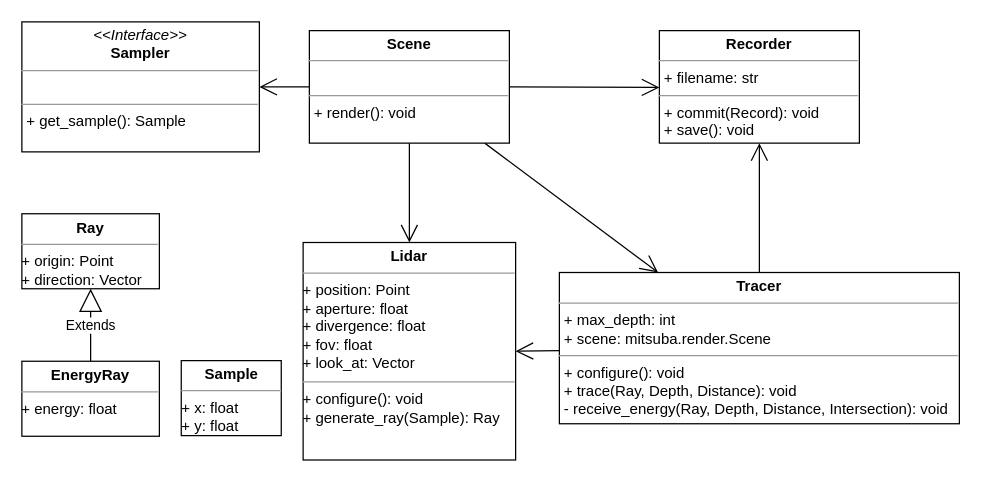
tstg/hello-world keeps this draw.io diagram as mtslidar-uml-class.drawio. Above is the earlier version. Source tidied: cells renumbered, new cells numbered last; positions are measured from the earlier drawing's top-left corner, leaving out a move shared by most shapes. Both pictures are drawn from the tidied source at 125%, with x=0, y=0 at pixel (21, 21).
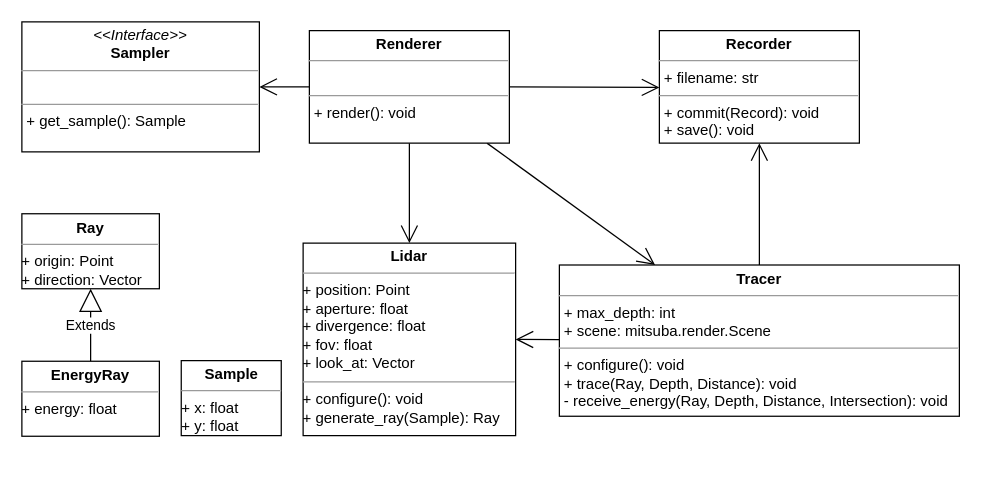
The same diagram, later.

The edit, as a diff of the source:
```diff
@@
 <mxGraphModel>
   <root>
     <mxCell id="0" />
     <mxCell id="1" parent="0" />
     <mxCell id="2" value="&lt;p style=&quot;margin: 0px ; margin-top: 4px ; text-align: center&quot;&gt;&lt;i&gt;&amp;lt;&amp;lt;Interface&amp;gt;&amp;gt;&lt;/i&gt;&lt;br&gt;&lt;b&gt;Sampler&lt;/b&gt;&lt;/p&gt;&lt;hr size=&quot;1&quot;&gt;&lt;p style=&quot;margin: 0px ; margin-left: 4px&quot;&gt;&lt;br&gt;&lt;/p&gt;&lt;hr size=&quot;1&quot;&gt;&lt;p style=&quot;margin: 0px ; margin-left: 4px&quot;&gt;+ get_sample(): Sample&lt;/p&gt;" style="verticalAlign=top;align=left;overflow=fill;fontSize=12;fontFamily=Helvetica;html=1;" parent="1" vertex="1">
       <mxGeometry width="190" height="104" as="geometry" />
     </mxCell>
     <mxCell id="3" style="endArrow=open;endFill=1;endSize=12;html=1;" parent="1" edge="1" source="9" target="2">
       <mxGeometry relative="1" as="geometry" />
     </mxCell>
     <mxCell id="4" style="endArrow=open;endFill=1;endSize=12;html=1;entryX=0.5;entryY=0;" parent="1" edge="1" source="9" target="10">
       <mxGeometry relative="1" as="geometry" />
     </mxCell>
     <mxCell id="5" style="endArrow=open;endFill=1;endSize=12;html=1;" parent="1" edge="1" source="9" target="11">
       <mxGeometry relative="1" as="geometry" />
     </mxCell>
     <mxCell id="6" value="Extends" style="endArrow=block;endSize=16;endFill=0;html=1;entryX=0.5;entryY=1;" parent="1" edge="1" source="14" target="13">
       <mxGeometry relative="1" as="geometry" />
     </mxCell>
     <mxCell id="7" style="endArrow=open;endFill=1;endSize=12;html=1;entryX=1;entryY=0.5;" parent="1" edge="1" source="11" target="10">
       <mxGeometry relative="1" as="geometry" />
     </mxCell>
     <mxCell id="8" style="endArrow=open;endFill=1;endSize=12;html=1;" parent="1" edge="1" source="11" target="12">
       <mxGeometry relative="1" as="geometry" />
     </mxCell>
-    <mxCell id="9" value="&lt;p style=&quot;margin: 0px ; margin-top: 4px ; text-align: center&quot;&gt;&lt;b&gt;Scene&lt;/b&gt;&lt;/p&gt;&lt;hr size=&quot;1&quot;&gt;&lt;p style=&quot;margin: 0px ; margin-left: 4px&quot;&gt;&lt;br&gt;&lt;/p&gt;&lt;hr size=&quot;1&quot;&gt;&lt;p style=&quot;margin: 0px ; margin-left: 4px&quot;&gt;+ render(): void&lt;/p&gt;" style="verticalAlign=top;align=left;overflow=fill;fontSize=12;fontFamily=Helvetica;html=1;" parent="1" vertex="1">
+    <mxCell id="9" value="&lt;p style=&quot;margin: 0px ; margin-top: 4px ; text-align: center&quot;&gt;&lt;b&gt;Renderer&lt;/b&gt;&lt;/p&gt;&lt;hr size=&quot;1&quot;&gt;&lt;p style=&quot;margin: 0px ; margin-left: 4px&quot;&gt;&lt;br&gt;&lt;/p&gt;&lt;hr size=&quot;1&quot;&gt;&lt;p style=&quot;margin: 0px ; margin-left: 4px&quot;&gt;+ render(): void&lt;/p&gt;" style="verticalAlign=top;align=left;overflow=fill;fontSize=12;fontFamily=Helvetica;html=1;" parent="1" vertex="1">
       <mxGeometry x="230" y="7" width="160" height="90" as="geometry" />
     </mxCell>
     <mxCell id="10" value="&lt;p style=&quot;margin: 0px ; margin-top: 4px ; text-align: center&quot;&gt;&lt;b&gt;Lidar&lt;/b&gt;&lt;/p&gt;&lt;hr size=&quot;1&quot;&gt;+ position: Point&lt;br&gt;+ aperture: float&lt;br&gt;+ divergence: float&lt;br&gt;+ fov: float&lt;br&gt;+ look_at: Vector&amp;nbsp;&lt;br&gt;&lt;div style=&quot;height: 2px&quot;&gt;&lt;/div&gt;&lt;hr size=&quot;1&quot;&gt;+ configure(): void&lt;br&gt;&lt;div style=&quot;height: 2px&quot;&gt;+ generate_ray(Sample): Ray&lt;/div&gt;" style="verticalAlign=top;align=left;overflow=fill;fontSize=12;fontFamily=Helvetica;html=1;" parent="1" vertex="1">
-      <mxGeometry x="225" y="176.5" width="170" height="174" as="geometry" />
+      <mxGeometry x="225" y="177" width="170" height="154" as="geometry" />
     </mxCell>
     <mxCell id="11" value="&lt;p style=&quot;margin: 0px ; margin-top: 4px ; text-align: center&quot;&gt;&lt;b&gt;Tracer&lt;/b&gt;&lt;/p&gt;&lt;hr size=&quot;1&quot;&gt;&lt;p style=&quot;margin: 0px ; margin-left: 4px&quot;&gt;+ max_depth: int&lt;/p&gt;&lt;p style=&quot;margin: 0px ; margin-left: 4px&quot;&gt;+ scene: mitsuba.render.Scene&lt;/p&gt;&lt;hr size=&quot;1&quot;&gt;&lt;p style=&quot;margin: 0px ; margin-left: 4px&quot;&gt;+ configure(): void&lt;br&gt;&lt;/p&gt;&lt;p style=&quot;margin: 0px ; margin-left: 4px&quot;&gt;+ trace(Ray, Depth, Distance): void&lt;/p&gt;&lt;p style=&quot;margin: 0px ; margin-left: 4px&quot;&gt;- receive_energy(Ray, Depth, Distance, Intersection): void&lt;/p&gt;" style="verticalAlign=top;align=left;overflow=fill;fontSize=12;fontFamily=Helvetica;html=1;" parent="1" vertex="1">
-      <mxGeometry x="430" y="200.5" width="320" height="121" as="geometry" />
+      <mxGeometry x="430" y="194.5" width="320" height="121" as="geometry" />
     </mxCell>
     <mxCell id="12" value="&lt;p style=&quot;margin: 0px ; margin-top: 4px ; text-align: center&quot;&gt;&lt;b&gt;Recorder&lt;/b&gt;&lt;/p&gt;&lt;hr size=&quot;1&quot;&gt;&lt;p style=&quot;margin: 0px ; margin-left: 4px&quot;&gt;+ filename: str&lt;/p&gt;&lt;hr size=&quot;1&quot;&gt;&lt;p style=&quot;margin: 0px ; margin-left: 4px&quot;&gt;+ commit(Record): void&lt;/p&gt;&lt;p style=&quot;margin: 0px ; margin-left: 4px&quot;&gt;+ save(): void&lt;/p&gt;" style="verticalAlign=top;align=left;overflow=fill;fontSize=12;fontFamily=Helvetica;html=1;" parent="1" vertex="1">
       <mxGeometry x="510" y="7" width="160" height="90" as="geometry" />
     </mxCell>
     <mxCell id="13" value="&lt;p style=&quot;margin: 0px ; margin-top: 4px ; text-align: center&quot;&gt;&lt;b&gt;Ray&lt;/b&gt;&lt;/p&gt;&lt;hr size=&quot;1&quot;&gt;&lt;div style=&quot;height: 2px&quot;&gt;+ origin: Point&lt;br&gt;+ direction: Vector&lt;/div&gt;" style="verticalAlign=top;align=left;overflow=fill;fontSize=12;fontFamily=Helvetica;html=1;" parent="1" vertex="1">
       <mxGeometry y="153.5" width="110" height="60" as="geometry" />
     </mxCell>
     <mxCell id="14" value="&lt;p style=&quot;margin: 0px ; margin-top: 4px ; text-align: center&quot;&gt;&lt;b&gt;EnergyRay&lt;/b&gt;&lt;/p&gt;&lt;hr size=&quot;1&quot;&gt;&lt;div style=&quot;height: 2px&quot;&gt;+ energy: float&lt;br&gt;&lt;/div&gt;" style="verticalAlign=top;align=left;overflow=fill;fontSize=12;fontFamily=Helvetica;html=1;" parent="1" vertex="1">
       <mxGeometry y="271.5" width="110" height="60" as="geometry" />
     </mxCell>
     <mxCell id="15" value="&lt;p style=&quot;margin: 0px ; margin-top: 4px ; text-align: center&quot;&gt;&lt;b&gt;Sample&lt;/b&gt;&lt;/p&gt;&lt;hr size=&quot;1&quot;&gt;&lt;div style=&quot;height: 2px&quot;&gt;+ x: float&lt;br&gt;+ y: float&lt;/div&gt;" style="verticalAlign=top;align=left;overflow=fill;fontSize=12;fontFamily=Helvetica;html=1;" parent="1" vertex="1">
       <mxGeometry x="127.5" y="271" width="80" height="60" as="geometry" />
     </mxCell>
     <mxCell id="16" style="endArrow=open;endFill=1;endSize=12;html=1;exitX=1;exitY=0.5;" parent="1" edge="1" source="9">
       <mxGeometry relative="1" as="geometry">
         <mxPoint x="510" y="52.5" as="targetPoint" />
       </mxGeometry>
     </mxCell>
   </root>
 </mxGraphModel>
```
